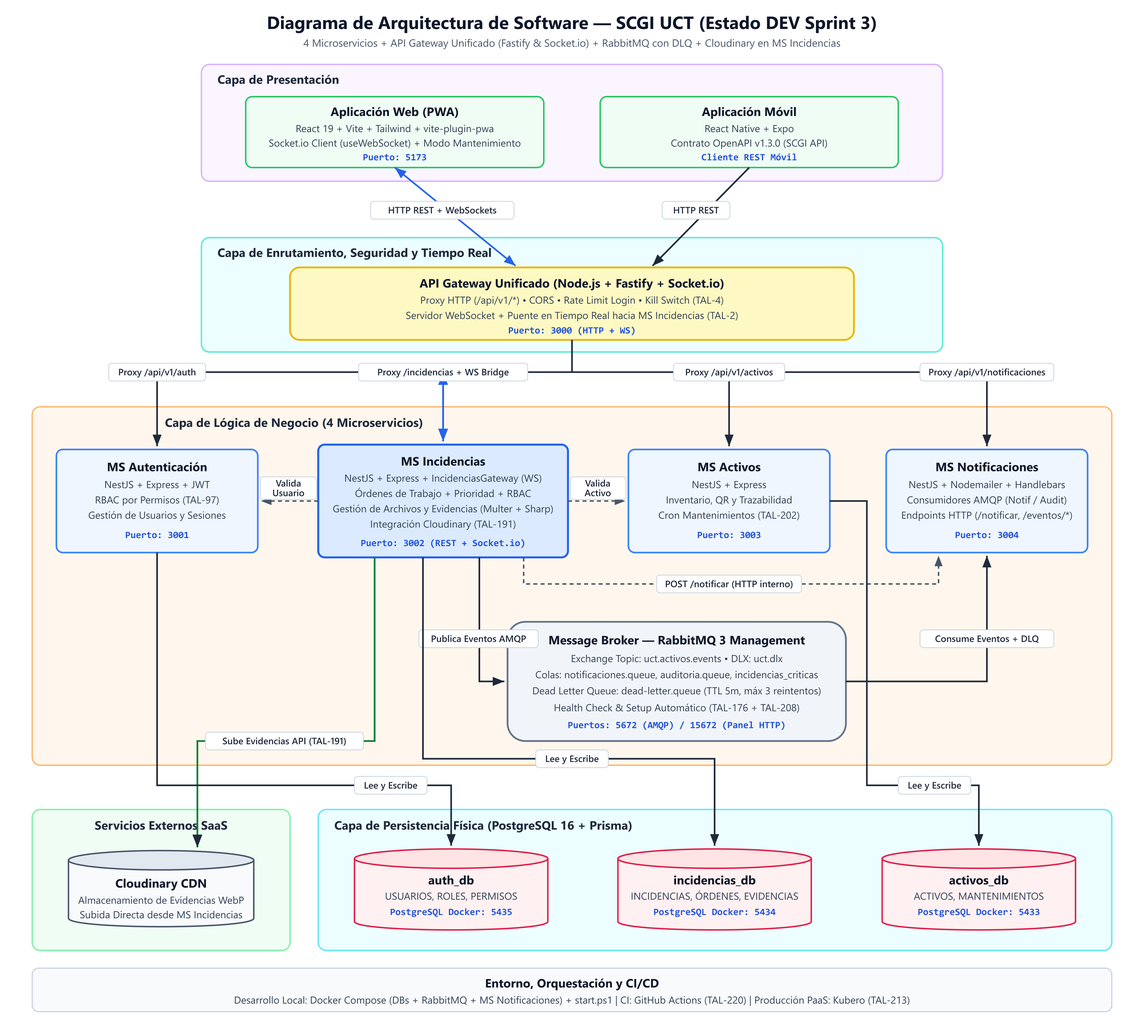
Srivera7483/Taller-Integracion-II keeps this Mermaid diagram as docs/diagramas/Diagrama de software.png. Above is the earlier version. Its source is kept beside it as docs/diagramas/Diagrama de software.mmd. The source it was exported from:
```mermaid
flowchart TB
    subgraph Presentacion["Capa de Presentación"]
        Web["Aplicación Web (PWA)<br/>React + Vite + Tailwind + vite-plugin-pwa<br/>Puerto: 5173 | Offline + WebSockets"]
        Mobile["Aplicación Móvil<br/>React Native + Expo<br/>Consumo REST (OpenAPI v1.3.0)"]
    end

    subgraph Enrutamiento["Capa de Enrutamiento, Seguridad y Tiempo Real"]
        Gateway{{"API Gateway<br/>Node.js + Fastify + Socket.io<br/>CORS | Rate Limit | Kill Switch (TAL-4)<br/>Puerto: 3000"}}
    end

    Web -->|"HTTP REST + WebSockets"| Gateway
    Mobile -->|"HTTP REST"| Gateway

    subgraph Negocio["Capa de Lógica de Negocio / Microservicios (4 Microservicios)"]
        MSAuth["MS Autenticación<br/>NestJS + Express + JWT<br/>RBAC Permisos (TAL-97)<br/>Puerto: 3001"]
        MSInc["MS Incidencias<br/>NestJS + Express + Socket.io (TAL-185)<br/>Multer + Sharp + Cloudinary (TAL-191)<br/>Puerto: 3002"]
        MSAct["MS Activos<br/>NestJS + Express<br/>Cron Mantenimientos (TAL-202)<br/>Puerto: 3003"]
        MSNotif["MS Notificaciones<br/>NestJS + Nodemailer<br/>Consumers AMQP + HTTP<br/>Puerto: 3004"]
        Rabbit(("Message Broker (RabbitMQ)<br/>uct.activos.events (topic)<br/>notificaciones.queue | auditoria.queue<br/>DLX: uct.dlx -> dead-letter.queue<br/>Puertos: 5672 / 15672"))

        MSInc -.->|"Valida Usuario REST"| MSAuth
        MSInc -.->|"Valida Activo REST"| MSAct
        MSInc -->|"POST /notificar HTTP"| MSNotif
        MSInc -->|"Publica Eventos AMQP"| Rabbit
        Rabbit -->|"Consume Eventos + DLQ"| MSNotif
    end

    Gateway -->|"Proxy /api/v1/auth"| MSAuth
    Gateway <-->|"Proxy /incidencias, /ordenes-trabajo + WS"| MSInc
    Gateway -->|"Proxy /activos, /mantenimientos"| MSAct
    Gateway -->|"Proxy /api/v1/notificaciones"| MSNotif

    subgraph SaaS["Servicios Externos SaaS"]
        Cloudinary[("Cloudinary<br/>Almacenamiento WebP<br/>de Evidencias")]
    end

    subgraph Persistencia["Capa de Persistencia Física (PostgreSQL 16 + Prisma)"]
        AuthDB[("auth_db<br/>Puerto Docker: 5435")]
        IncDB[("incidencias_db<br/>Puerto Docker: 5434")]
        ActDB[("activos_db<br/>Puerto Docker: 5433")]
    end

    MSInc -->|"Sube Evidencias API (TAL-191)"| Cloudinary
    MSAuth -->|"Lee y Escribe"| AuthDB
    MSInc -->|"Lee y Escribe"| IncDB
    MSAct -->|"Lee y Escribe"| ActDB
```
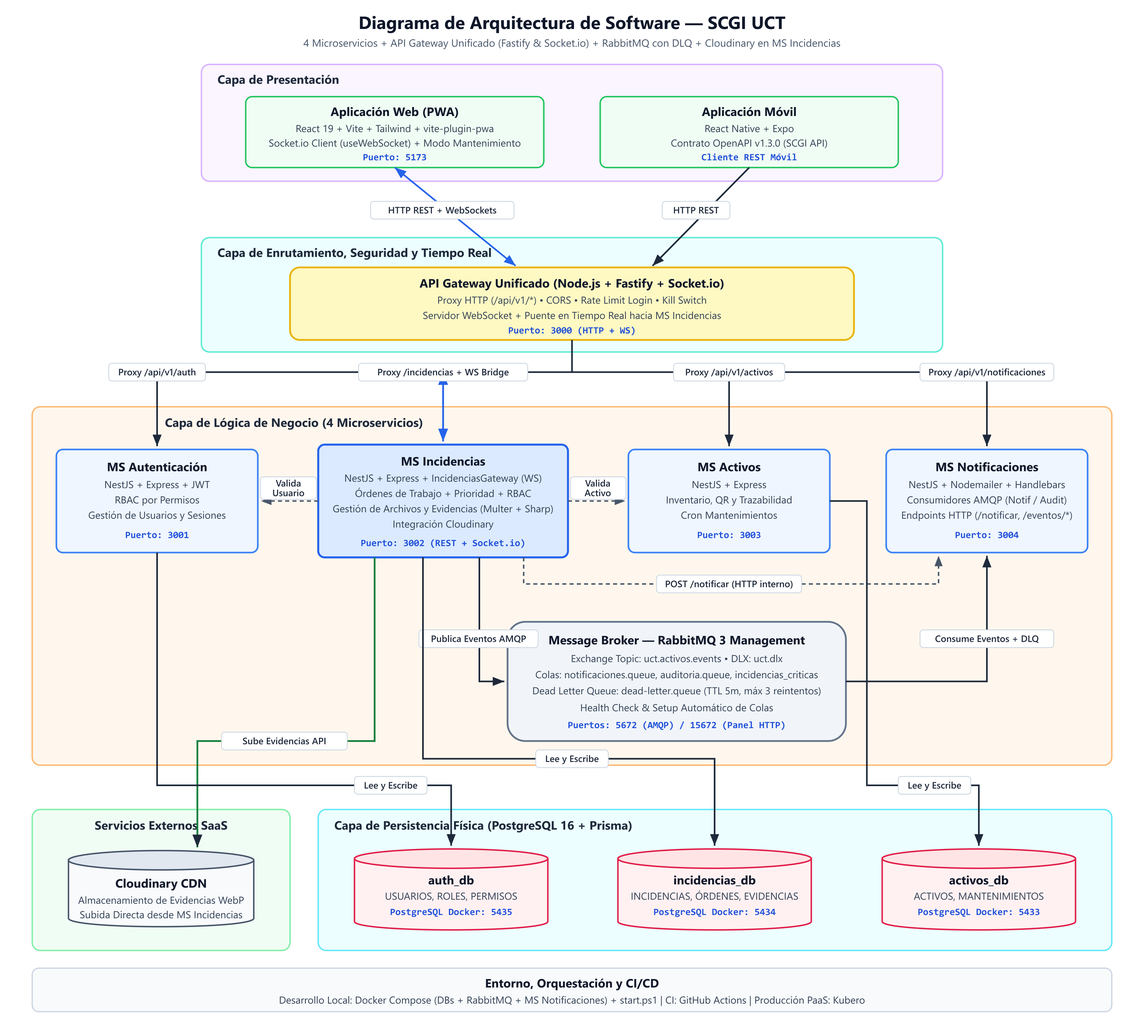
The same diagram one commit later.

Commit message:
docs(diagramas): retirar referencias internas TAL del diagrama de arquitectura

Diff of the diagram source:
```diff
@@ -5,16 +5,16 @@
     end
 
     subgraph Enrutamiento["Capa de Enrutamiento, Seguridad y Tiempo Real"]
-        Gateway{{"API Gateway<br/>Node.js + Fastify + Socket.io<br/>CORS | Rate Limit | Kill Switch (TAL-4)<br/>Puerto: 3000"}}
+        Gateway{{"API Gateway<br/>Node.js + Fastify + Socket.io<br/>CORS | Rate Limit | Kill Switch<br/>Puerto: 3000"}}
     end
 
     Web -->|"HTTP REST + WebSockets"| Gateway
     Mobile -->|"HTTP REST"| Gateway
 
     subgraph Negocio["Capa de Lógica de Negocio / Microservicios (4 Microservicios)"]
-        MSAuth["MS Autenticación<br/>NestJS + Express + JWT<br/>RBAC Permisos (TAL-97)<br/>Puerto: 3001"]
-        MSInc["MS Incidencias<br/>NestJS + Express + Socket.io (TAL-185)<br/>Multer + Sharp + Cloudinary (TAL-191)<br/>Puerto: 3002"]
-        MSAct["MS Activos<br/>NestJS + Express<br/>Cron Mantenimientos (TAL-202)<br/>Puerto: 3003"]
+        MSAuth["MS Autenticación<br/>NestJS + Express + JWT<br/>RBAC por Permisos<br/>Puerto: 3001"]
+        MSInc["MS Incidencias<br/>NestJS + Express + Socket.io<br/>Multer + Sharp + Cloudinary<br/>Puerto: 3002"]
+        MSAct["MS Activos<br/>NestJS + Express<br/>Cron Mantenimientos<br/>Puerto: 3003"]
         MSNotif["MS Notificaciones<br/>NestJS + Nodemailer<br/>Consumers AMQP + HTTP<br/>Puerto: 3004"]
         Rabbit(("Message Broker (RabbitMQ)<br/>uct.activos.events (topic)<br/>notificaciones.queue | auditoria.queue<br/>DLX: uct.dlx -> dead-letter.queue<br/>Puertos: 5672 / 15672"))
 
@@ -40,7 +40,7 @@
         ActDB[("activos_db<br/>Puerto Docker: 5433")]
     end
 
-    MSInc -->|"Sube Evidencias API (TAL-191)"| Cloudinary
+    MSInc -->|"Sube Evidencias API"| Cloudinary
     MSAuth -->|"Lee y Escribe"| AuthDB
     MSInc -->|"Lee y Escribe"| IncDB
     MSAct -->|"Lee y Escribe"| ActDB
```
